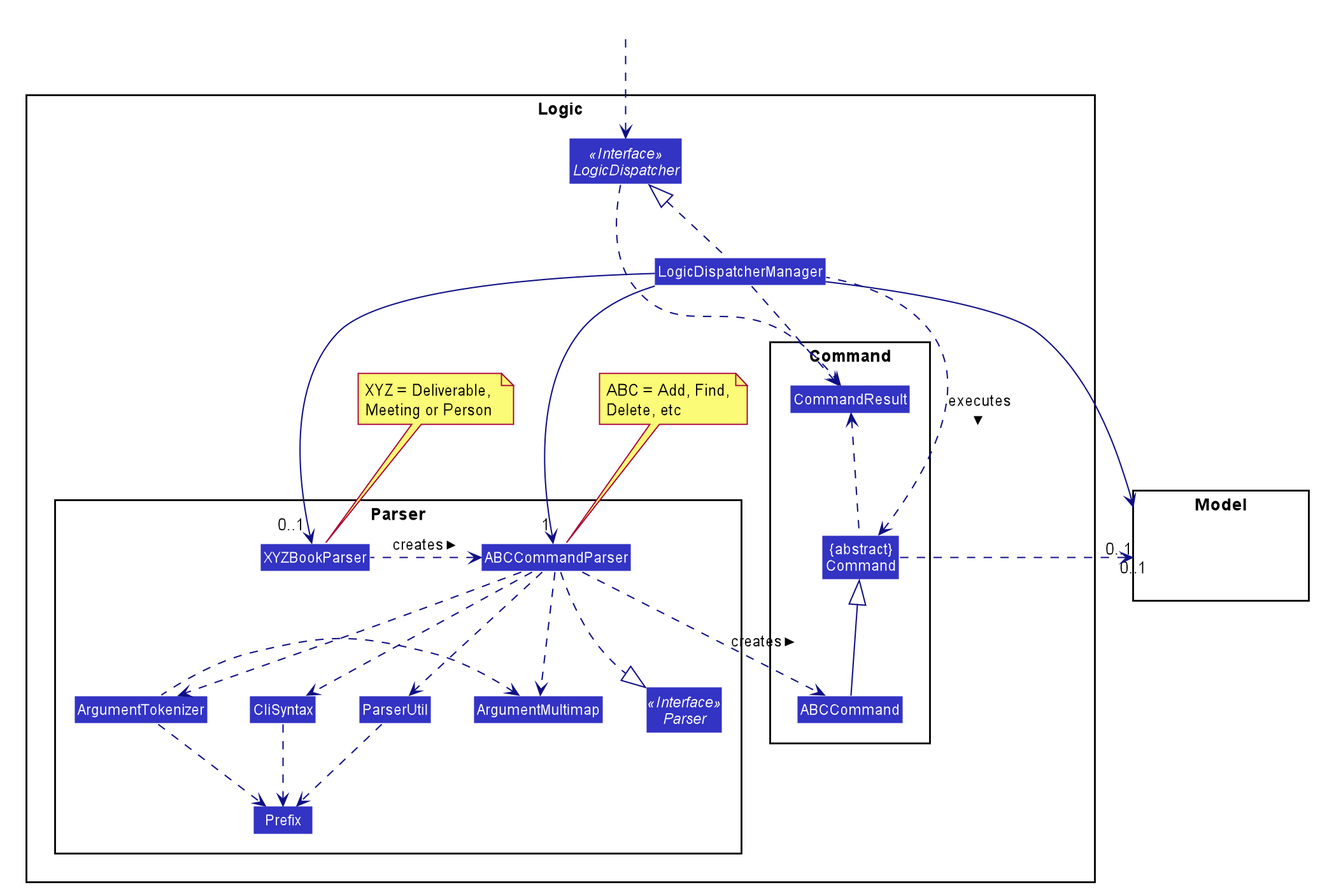
This is docs/images/LogicClassDiagram.png from shadowezz/Productiv, a PlantUML export, as it was before one commit.
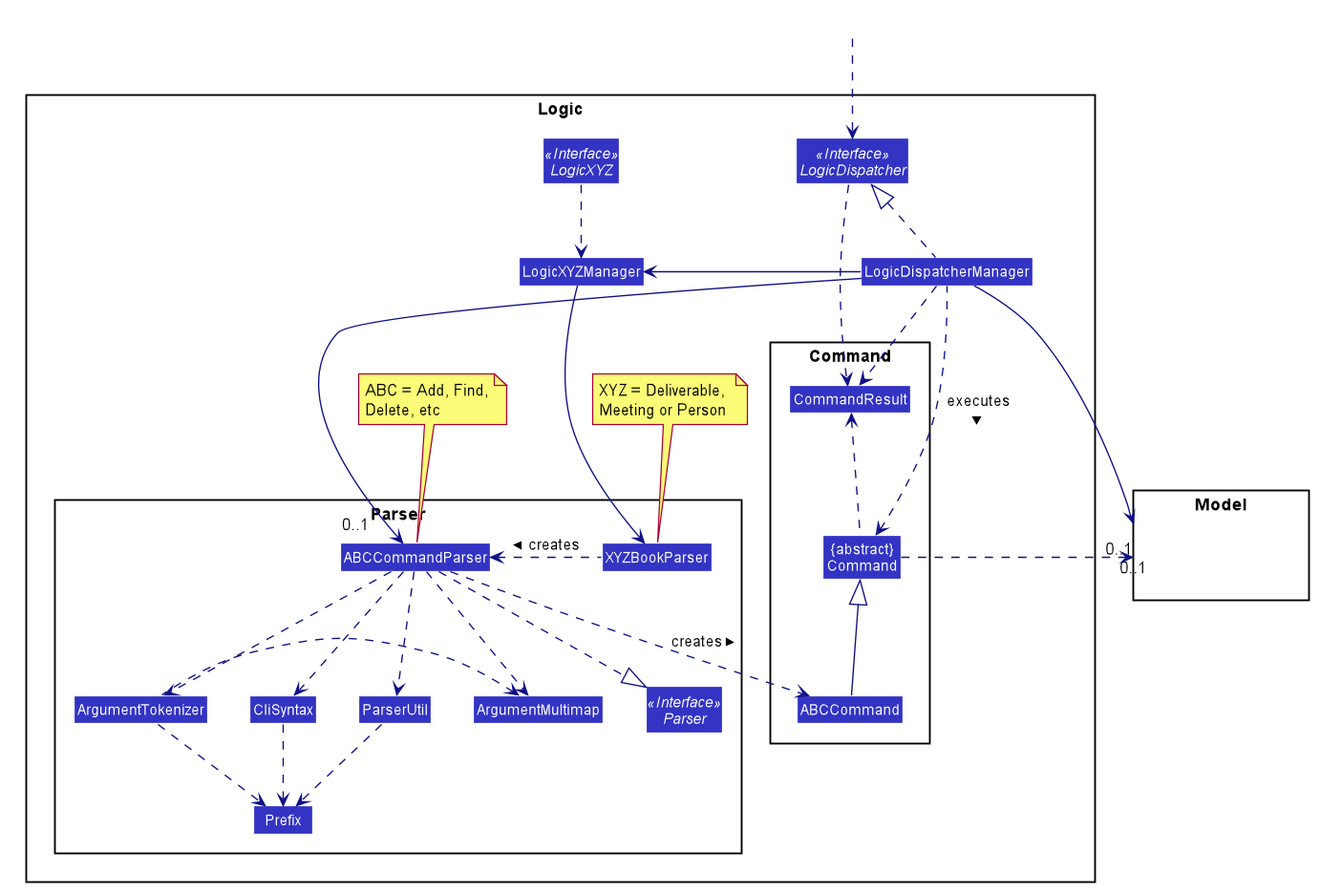
After the change.

What changed in the source:
```diff
@@ -1,4 +1,6 @@
 @startuml
+
+
 
 
 
@@ -43,12 +45,12 @@
 skinparam Shadowing false
 skinparam DefaultTextAlignment center
 skinparam packageStyle Rectangle
+skinparam classAttributeIconSize 0
 
 hide footbox
 hide members
 hide circle
 
-scale 1.5
 
 skinparam arrowThickness 1.1
 skinparam arrowColor #101086
@@ -73,6 +75,9 @@
 Class "{abstract}\nCommand" as Command
 }
 
+Interface LogicXYZ <<Interface>>
+Class LogicXYZManager
+
 Interface LogicDispatcher <<Interface>>
 Class LogicDispatcherManager
 
@@ -89,7 +94,6 @@
 HiddenOutside ..> LogicDispatcher
 
 LogicDispatcherManager .up.|> LogicDispatcher
-LogicDispatcherManager -->"0..1" XYZBookParser
 XYZBookParser .left.> ABCCommandParser: creates >
 
 ABCCommandParser ..> ABCCommand : creates >
@@ -105,7 +109,7 @@
 ABCCommand -up-|> Command
 LogicDispatcherManager .left.> Command : executes >
 LogicDispatcherManager -> "0..1      " Model
-LogicDispatcherManager ---> "1" ABCCommandParser
+LogicDispatcherManager ---> "0..1    " ABCCommandParser
 
 Command .> "0..1  " Model
 
@@ -113,4 +117,8 @@
 LogicDispatcherManager .down.> CommandResult
 Command .up.> CommandResult
 CommandResult -[hidden]-> Parser
+
+LogicXYZ ..> LogicXYZManager
+LogicDispatcherManager -left-> LogicXYZManager
+LogicXYZManager -> XYZBookParser
 @enduml
```
